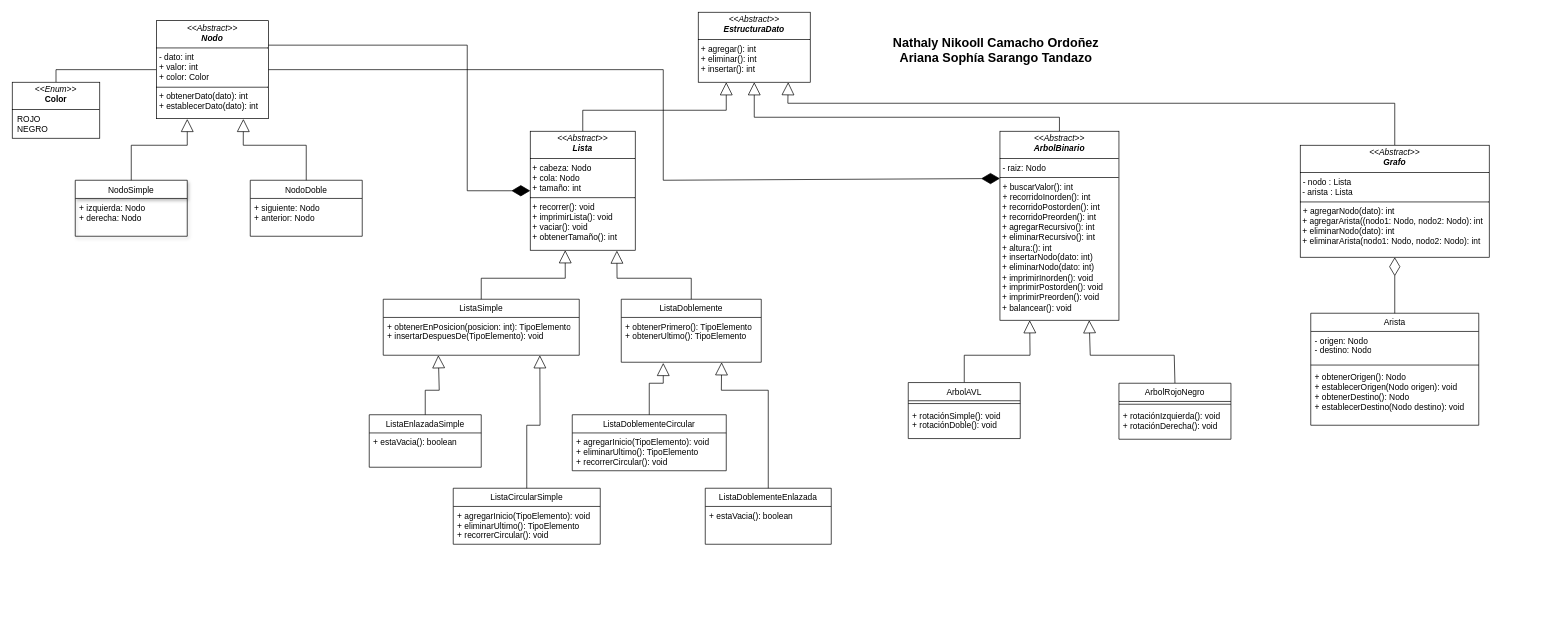
ArianaSarango/ArbolBinario keeps this draw.io diagram as ArbolBinario.drawio. Above is the earlier version. Source tidied: cells renumbered, new cells numbered last; positions are measured from the earlier drawing's top-left corner, leaving out a move shared by most shapes. Both pictures are drawn from the tidied source at 70%, with x=0, y=0 at pixel (12, 12).
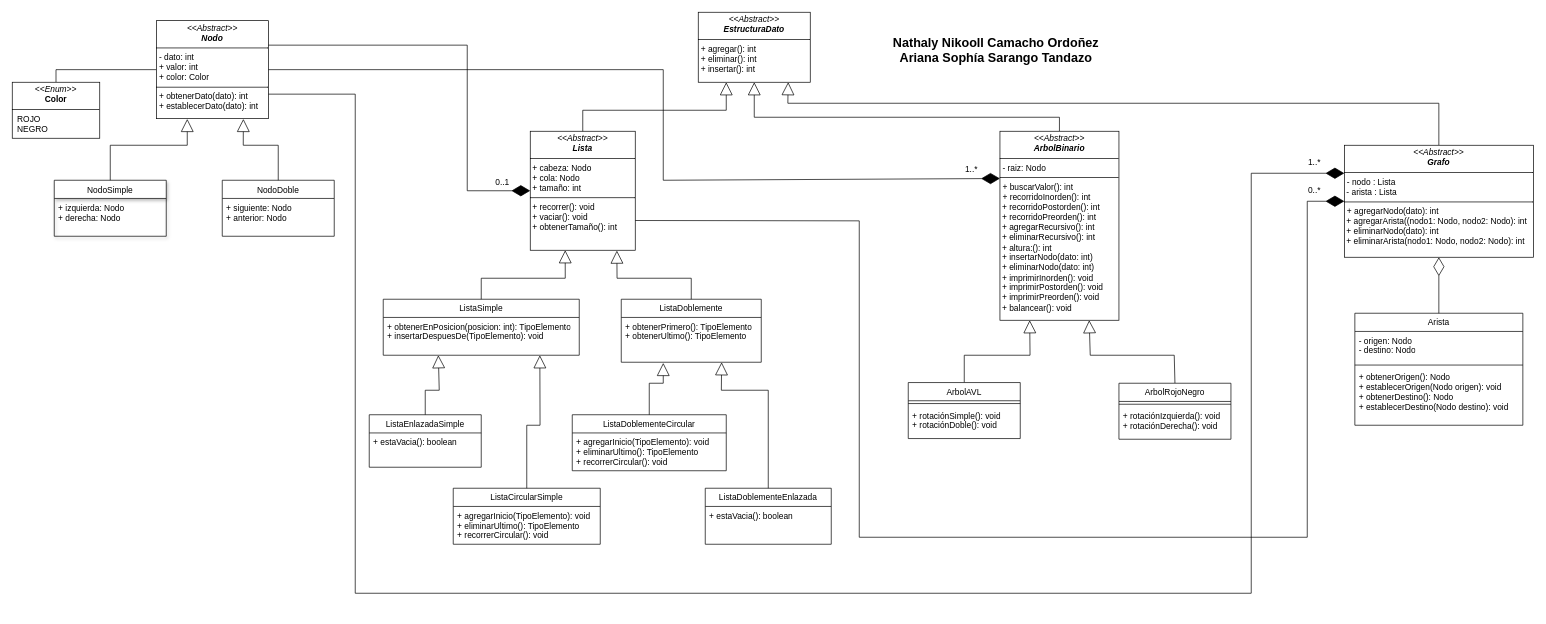
The same diagram, later.

The change refers to these unchanged cells:
```xml
<mxCell id="43" value="&lt;p style=&quot;margin:0px;margin-top:4px;text-align:center;&quot;&gt;&lt;i&gt;&amp;lt;&amp;lt;Abstract&amp;gt;&amp;gt;&lt;/i&gt;&lt;br&gt;&lt;b&gt;&lt;i&gt;EstructuraDato&lt;/i&gt;&lt;/b&gt;&lt;/p&gt;&lt;hr size=&quot;1&quot; style=&quot;border-style:solid;&quot;&gt;&lt;p style=&quot;margin:0px;margin-left:4px;&quot;&gt;&lt;/p&gt;&lt;p style=&quot;margin:0px;margin-left:4px;&quot;&gt;&lt;span style=&quot;text-wrap: nowrap;&quot;&gt;+ agregar(): int&lt;/span&gt;&lt;br style=&quot;padding: 0px; margin: 0px; text-wrap: nowrap;&quot;&gt;&lt;span style=&quot;text-wrap: nowrap;&quot;&gt;+ eliminar(): int&lt;/span&gt;&lt;br style=&quot;padding: 0px; margin: 0px; text-wrap: nowrap;&quot;&gt;&lt;span style=&quot;text-wrap: nowrap;&quot;&gt;+ insertar(): int&lt;/span&gt;&lt;br&gt;&lt;/p&gt;" style="verticalAlign=top;align=left;overflow=fill;html=1;whiteSpace=wrap;" parent="1" vertex="1">
  <mxGeometry x="980" width="160" height="100" as="geometry" />
</mxCell>
<mxCell id="44" value="&lt;p style=&quot;margin:0px;margin-top:4px;text-align:center;&quot;&gt;&lt;i&gt;&amp;lt;&amp;lt;Abstract&amp;gt;&amp;gt;&lt;/i&gt;&lt;br&gt;&lt;b&gt;&lt;i&gt;Nodo&lt;/i&gt;&lt;/b&gt;&lt;/p&gt;&lt;hr size=&quot;1&quot; style=&quot;border-style:solid;&quot;&gt;&lt;p style=&quot;margin:0px;margin-left:4px;&quot;&gt;&lt;span style=&quot;text-wrap: nowrap;&quot;&gt;- dato: int&amp;nbsp;&lt;/span&gt;&lt;br style=&quot;padding: 0px; margin: 0px; text-wrap: nowrap;&quot;&gt;&lt;span style=&quot;text-wrap: nowrap;&quot;&gt;+ valor: int&lt;/span&gt;&lt;br style=&quot;padding: 0px; margin: 0px; text-wrap: nowrap;&quot;&gt;&lt;span style=&quot;text-wrap: nowrap;&quot;&gt;+ color: Color&lt;/span&gt;&lt;br&gt;&lt;/p&gt;&lt;hr size=&quot;1&quot; style=&quot;border-style:solid;&quot;&gt;&lt;p style=&quot;margin:0px;margin-left:4px;&quot;&gt;&lt;span style=&quot;text-wrap: nowrap;&quot;&gt;+ obtenerDato(dato): int&lt;/span&gt;&lt;br style=&quot;padding: 0px; margin: 0px; text-wrap: nowrap;&quot;&gt;&lt;span style=&quot;text-wrap: nowrap;&quot;&gt;+ establecerDato(dato): int&lt;/span&gt;&lt;br&gt;&lt;/p&gt;" style="verticalAlign=top;align=left;overflow=fill;html=1;whiteSpace=wrap;" parent="1" vertex="1">
  <mxGeometry x="206" y="12" width="160" height="140" as="geometry" />
</mxCell>
```

The edit, as a diff of the source:
```diff
@@
     <mxCell id="2" value="NodoSimple" style="swimlane;fontStyle=0;align=center;verticalAlign=top;horizontal=1;startSize=26;rounded=0;shadow=1;strokeWidth=1;" parent="1" vertex="1">
-      <mxGeometry x="90" y="240" width="160" height="80" as="geometry" />
+      <mxGeometry x="60" y="240" width="160" height="80" as="geometry" />
     </mxCell>
@@
     <mxCell id="4" value="NodoDoble" style="swimlane;fontStyle=0;align=center;verticalAlign=top;horizontal=1;startSize=26;rounded=0;shadow=0;strokeWidth=1;" parent="1" vertex="1">
-      <mxGeometry x="340" y="240" width="160" height="80" as="geometry" />
+      <mxGeometry x="300" y="240" width="160" height="80" as="geometry" />
     </mxCell>
@@
     <mxCell id="15" style="endArrow=block;endSize=16;endFill=0;html=1;rounded=0;entryX=0.275;entryY=1.003;entryDx=0;entryDy=0;exitX=0.5;exitY=0;exitDx=0;exitDy=0;entryPerimeter=0;" parent="1" edge="1" source="2" target="44">
       <mxGeometry relative="1" as="geometry">
         <Array as="points">
-          <mxPoint x="170" y="190" />
+          <mxPoint x="140" y="190" />
           <mxPoint x="250" y="190" />
         </Array>
       </mxGeometry>
     </mxCell>
     <mxCell id="16" style="endArrow=block;endSize=16;endFill=0;html=1;rounded=0;entryX=0.776;entryY=1.003;entryDx=0;entryDy=0;exitX=0.5;exitY=0;exitDx=0;exitDy=0;entryPerimeter=0;" parent="1" edge="1" source="4" target="44">
       <mxGeometry relative="1" as="geometry">
         <Array as="points">
-          <mxPoint x="420" y="190" />
+          <mxPoint x="380" y="190" />
           <mxPoint x="330" y="190" />
         </Array>
       </mxGeometry>
     </mxCell>
@@
     <mxCell id="37" style="endArrow=block;endSize=16;endFill=0;html=1;rounded=0;entryX=0.803;entryY=0.999;entryDx=0;entryDy=0;entryPerimeter=0;exitX=0.5;exitY=0;exitDx=0;exitDy=0;" parent="1" edge="1" source="47" target="43">
       <mxGeometry relative="1" as="geometry">
         <Array as="points">
-          <mxPoint x="1975" y="130" />
+          <mxPoint x="2038" y="130" />
           <mxPoint x="1108" y="130" />
         </Array>
       </mxGeometry>
     </mxCell>
     <mxCell id="38" value="&lt;span style=&quot;font-weight: normal;&quot;&gt;Arista&lt;/span&gt;" style="swimlane;fontStyle=1;align=center;verticalAlign=top;horizontal=1;startSize=26;whiteSpace=wrap;html=1;" parent="1" vertex="1">
-      <mxGeometry x="1855" y="430" width="240" height="160" as="geometry" />
+      <mxGeometry x="1918" y="430" width="240" height="160" as="geometry" />
     </mxCell>
@@
-    <mxCell id="46" value="&lt;p style=&quot;margin:0px;margin-top:4px;text-align:center;&quot;&gt;&lt;i&gt;&amp;lt;&amp;lt;Abstract&amp;gt;&amp;gt;&lt;/i&gt;&lt;br&gt;&lt;b&gt;&lt;i&gt;Lista&lt;/i&gt;&lt;/b&gt;&lt;/p&gt;&lt;hr size=&quot;1&quot; style=&quot;border-style:solid;&quot;&gt;&amp;nbsp;+ cabeza: Nodo&lt;div&gt;&lt;span style=&quot;background-color: initial;&quot;&gt;&amp;nbsp;+ cola: Nodo&lt;/span&gt;&amp;nbsp;&lt;/div&gt;&lt;div&gt;&amp;nbsp;+ tamaño: int&lt;br&gt;&lt;hr size=&quot;1&quot; style=&quot;border-style:solid;&quot;&gt;&lt;div&gt;&amp;nbsp;+ recorrer(): void&lt;/div&gt;&lt;div&gt;&lt;span style=&quot;background-color: initial;&quot;&gt;&amp;nbsp;+ imprimirLista(): void&lt;/span&gt;&lt;/div&gt;&amp;nbsp;+ vaciar(): void&lt;/div&gt;&lt;div&gt;&amp;nbsp;+ obtenerTamaño(): int&lt;br&gt;&lt;/div&gt;" style="verticalAlign=top;align=left;overflow=fill;html=1;whiteSpace=wrap;" parent="1" vertex="1">
+    <mxCell id="46" value="&lt;p style=&quot;margin:0px;margin-top:4px;text-align:center;&quot;&gt;&lt;i&gt;&amp;lt;&amp;lt;Abstract&amp;gt;&amp;gt;&lt;/i&gt;&lt;br&gt;&lt;b&gt;&lt;i&gt;Lista&lt;/i&gt;&lt;/b&gt;&lt;/p&gt;&lt;hr size=&quot;1&quot; style=&quot;border-style:solid;&quot;&gt;&amp;nbsp;+ cabeza: Nodo&lt;div&gt;&lt;span style=&quot;background-color: initial;&quot;&gt;&amp;nbsp;+ cola: Nodo&lt;/span&gt;&amp;nbsp;&lt;/div&gt;&lt;div&gt;&amp;nbsp;+ tamaño: int&lt;br&gt;&lt;hr size=&quot;1&quot; style=&quot;border-style:solid;&quot;&gt;&lt;div&gt;&amp;nbsp;+ recorrer(): void&lt;/div&gt;&lt;div&gt;&lt;span style=&quot;background-color: initial;&quot;&gt;&amp;nbsp;+ vaciar(): void&lt;/span&gt;&lt;br&gt;&lt;/div&gt;&lt;/div&gt;&lt;div&gt;&amp;nbsp;+ obtenerTamaño(): int&lt;br&gt;&lt;/div&gt;" style="verticalAlign=top;align=left;overflow=fill;html=1;whiteSpace=wrap;" parent="1" vertex="1">
       <mxGeometry x="740" y="170" width="150" height="170" as="geometry" />
     </mxCell>
     <mxCell id="47" value="&lt;p style=&quot;margin:0px;margin-top:4px;text-align:center;&quot;&gt;&lt;i&gt;&amp;lt;&amp;lt;Abstract&amp;gt;&amp;gt;&lt;/i&gt;&lt;br&gt;&lt;b&gt;&lt;i&gt;Grafo&lt;/i&gt;&lt;/b&gt;&lt;/p&gt;&lt;hr size=&quot;1&quot; style=&quot;border-style:solid;&quot;&gt;&lt;p style=&quot;margin:0px;margin-left:4px;&quot;&gt;- nodo : Lista&lt;/p&gt;&lt;div&gt;&amp;nbsp;- arista : Lista&lt;/div&gt;&lt;hr size=&quot;1&quot; style=&quot;border-style:solid;&quot;&gt;&lt;p style=&quot;margin:0px;margin-left:4px;&quot;&gt;+ agregarNodo(dato): int&lt;/p&gt;&lt;div&gt;&amp;nbsp;+ agregarArista((nodo1: Nodo, nodo2: Nodo): int&lt;/div&gt;&lt;div&gt;&amp;nbsp;+ eliminarNodo(dato): int&lt;/div&gt;&lt;div&gt;&amp;nbsp;+ eliminarArista(nodo1: Nodo, nodo2: Nodo): int&lt;/div&gt;" style="verticalAlign=top;align=left;overflow=fill;html=1;whiteSpace=wrap;" parent="1" vertex="1">
-      <mxGeometry x="1840" y="190" width="270" height="160" as="geometry" />
+      <mxGeometry x="1903" y="190" width="270" height="160" as="geometry" />
     </mxCell>
@@
+    <mxCell id="52" style="endArrow=diamondThin;endFill=1;endSize=24;html=1;rounded=0;exitX=1;exitY=0.75;exitDx=0;exitDy=0;entryX=0;entryY=0.25;entryDx=0;entryDy=0;" parent="1" edge="1" source="44" target="47">
+      <mxGeometry relative="1" as="geometry">
+        <Array as="points">
+          <mxPoint x="490" y="117" />
+          <mxPoint x="490" y="830" />
+          <mxPoint x="1770" y="830" />
+          <mxPoint x="1770" y="230" />
+        </Array>
+      </mxGeometry>
+    </mxCell>
+    <mxCell id="53" style="endArrow=diamondThin;endFill=1;endSize=24;html=1;rounded=0;entryX=0;entryY=0.5;entryDx=0;entryDy=0;exitX=1;exitY=0.75;exitDx=0;exitDy=0;" parent="1" edge="1" source="46" target="47">
+      <mxGeometry relative="1" as="geometry">
+        <Array as="points">
+          <mxPoint x="1210" y="298" />
+          <mxPoint x="1210" y="750" />
+          <mxPoint x="1850" y="750" />
+          <mxPoint x="1850" y="270" />
+        </Array>
+      </mxGeometry>
+    </mxCell>
+    <mxCell id="54" value="0..*" style="text;html=1;align=center;verticalAlign=middle;strokeColor=none;fillColor=none;" parent="1" vertex="1">
+      <mxGeometry x="1840" y="240" width="40" height="30" as="geometry" />
+    </mxCell>
+    <mxCell id="55" value="1..*" style="text;html=1;align=center;verticalAlign=middle;strokeColor=none;fillColor=none;" parent="1" vertex="1">
+      <mxGeometry x="1840" y="200" width="40" height="30" as="geometry" />
+    </mxCell>
+    <mxCell id="56" value="1..*" style="text;html=1;align=center;verticalAlign=middle;strokeColor=none;fillColor=none;" parent="1" vertex="1">
+      <mxGeometry x="1350" y="210" width="40" height="30" as="geometry" />
+    </mxCell>
+    <mxCell id="57" value="0..1" style="text;html=1;align=center;verticalAlign=middle;strokeColor=none;fillColor=none;" parent="1" vertex="1">
+      <mxGeometry x="680" y="228" width="40" height="30" as="geometry" />
+    </mxCell>
```
